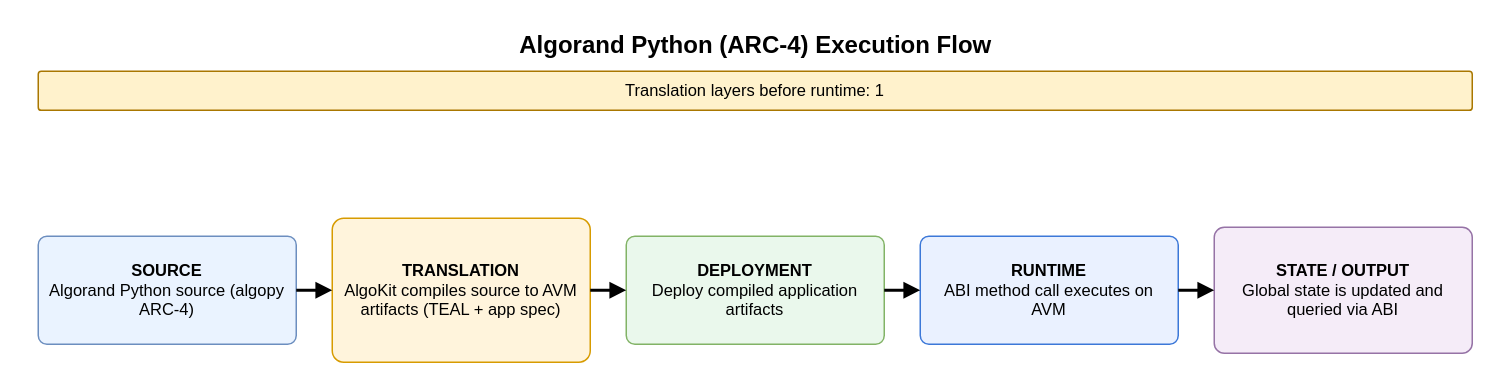
This is assets/contracting_flows/algorand_python_flow.drawio from Endogen/xian-tech-website, a draw.io file, before an edit. Source tidied: cells renumbered, new cells numbered last; positions are measured from the earlier drawing's top-left corner, leaving out a move shared by most shapes. Both pictures are drawn from the tidied source at 150%, with x=0, y=0 at pixel (26, 26).
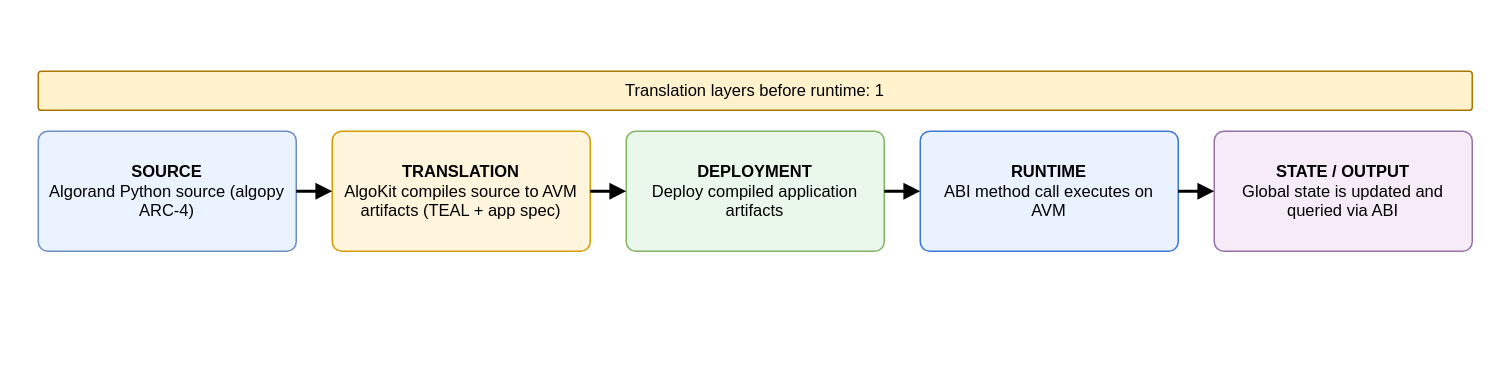
The same page after the edit.

Diff of the diagram source:
```diff
@@
 <mxGraphModel>
   <root>
     <mxCell id="0" />
     <mxCell id="1" parent="0" />
-    <mxCell id="2" value="Algorand Python (ARC-4) Execution Flow" style="text;html=1;strokeColor=none;fillColor=none;align=center;verticalAlign=middle;fontSize=16;fontStyle=1;" parent="1" vertex="1">
-      <mxGeometry width="972" height="24" as="geometry" />
-    </mxCell>
     <mxCell id="3" value="Translation layers before runtime: 1" style="rounded=1;whiteSpace=wrap;html=1;arcSize=8;fillColor=#FFF2CC;strokeColor=#A97700;fontSize=11;align=center;verticalAlign=middle;" parent="1" vertex="1">
       <mxGeometry x="8" y="30" width="956" height="26" as="geometry" />
     </mxCell>
     <mxCell id="4" value="&lt;b&gt;SOURCE&lt;/b&gt;&lt;br&gt;Algorand Python source (algopy ARC-4)" style="rounded=1;whiteSpace=wrap;html=1;arcSize=8;fillColor=#EAF3FF;strokeColor=#6C8EBF;fontSize=11;align=center;verticalAlign=middle;spacing=6;" parent="1" vertex="1">
-      <mxGeometry x="8" y="140" width="172" height="72" as="geometry" />
+      <mxGeometry x="8" y="70" width="172" height="80" as="geometry" />
     </mxCell>
     <mxCell id="5" value="&lt;b&gt;TRANSLATION&lt;/b&gt;&lt;br&gt;AlgoKit compiles source to AVM artifacts (TEAL + app spec)" style="rounded=1;whiteSpace=wrap;html=1;arcSize=8;fillColor=#FFF4DC;strokeColor=#D79B00;fontSize=11;align=center;verticalAlign=middle;spacing=6;" parent="1" vertex="1">
-      <mxGeometry x="204" y="128" width="172" height="96" as="geometry" />
+      <mxGeometry x="204" y="70" width="172" height="80" as="geometry" />
     </mxCell>
     <mxCell id="6" value="&lt;b&gt;DEPLOYMENT&lt;/b&gt;&lt;br&gt;Deploy compiled application artifacts" style="rounded=1;whiteSpace=wrap;html=1;arcSize=8;fillColor=#EAF8EC;strokeColor=#82B366;fontSize=11;align=center;verticalAlign=middle;spacing=6;" parent="1" vertex="1">
-      <mxGeometry x="400" y="140" width="172" height="72" as="geometry" />
+      <mxGeometry x="400" y="70" width="172" height="80" as="geometry" />
     </mxCell>
     <mxCell id="7" value="&lt;b&gt;RUNTIME&lt;/b&gt;&lt;br&gt;ABI method call executes on AVM" style="rounded=1;whiteSpace=wrap;html=1;arcSize=8;fillColor=#EAF1FF;strokeColor=#3C78D8;fontSize=11;align=center;verticalAlign=middle;spacing=6;" parent="1" vertex="1">
-      <mxGeometry x="596" y="140" width="172" height="72" as="geometry" />
+      <mxGeometry x="596" y="70" width="172" height="80" as="geometry" />
     </mxCell>
     <mxCell id="8" value="&lt;b&gt;STATE / OUTPUT&lt;/b&gt;&lt;br&gt;Global state is updated and queried via ABI" style="rounded=1;whiteSpace=wrap;html=1;arcSize=8;fillColor=#F5ECF8;strokeColor=#9673A6;fontSize=11;align=center;verticalAlign=middle;spacing=6;" parent="1" vertex="1">
-      <mxGeometry x="792" y="134" width="172" height="84" as="geometry" />
+      <mxGeometry x="792" y="70" width="172" height="80" as="geometry" />
     </mxCell>
     <mxCell id="9" style="endArrow=block;endFill=1;html=1;rounded=1;strokeWidth=2;edgeStyle=orthogonalEdgeStyle;" parent="1" edge="1" source="4" target="5">
       <mxGeometry relative="1" as="geometry" />
     </mxCell>
     <mxCell id="10" style="endArrow=block;endFill=1;html=1;rounded=1;strokeWidth=2;edgeStyle=orthogonalEdgeStyle;" parent="1" edge="1" source="5" target="6">
       <mxGeometry relative="1" as="geometry" />
     </mxCell>
     <mxCell id="11" style="endArrow=block;endFill=1;html=1;rounded=1;strokeWidth=2;edgeStyle=orthogonalEdgeStyle;" parent="1" edge="1" source="6" target="7">
       <mxGeometry relative="1" as="geometry" />
     </mxCell>
     <mxCell id="12" style="endArrow=block;endFill=1;html=1;rounded=1;strokeWidth=2;edgeStyle=orthogonalEdgeStyle;" parent="1" edge="1" source="7" target="8">
       <mxGeometry relative="1" as="geometry" />
     </mxCell>
   </root>
 </mxGraphModel>
```
